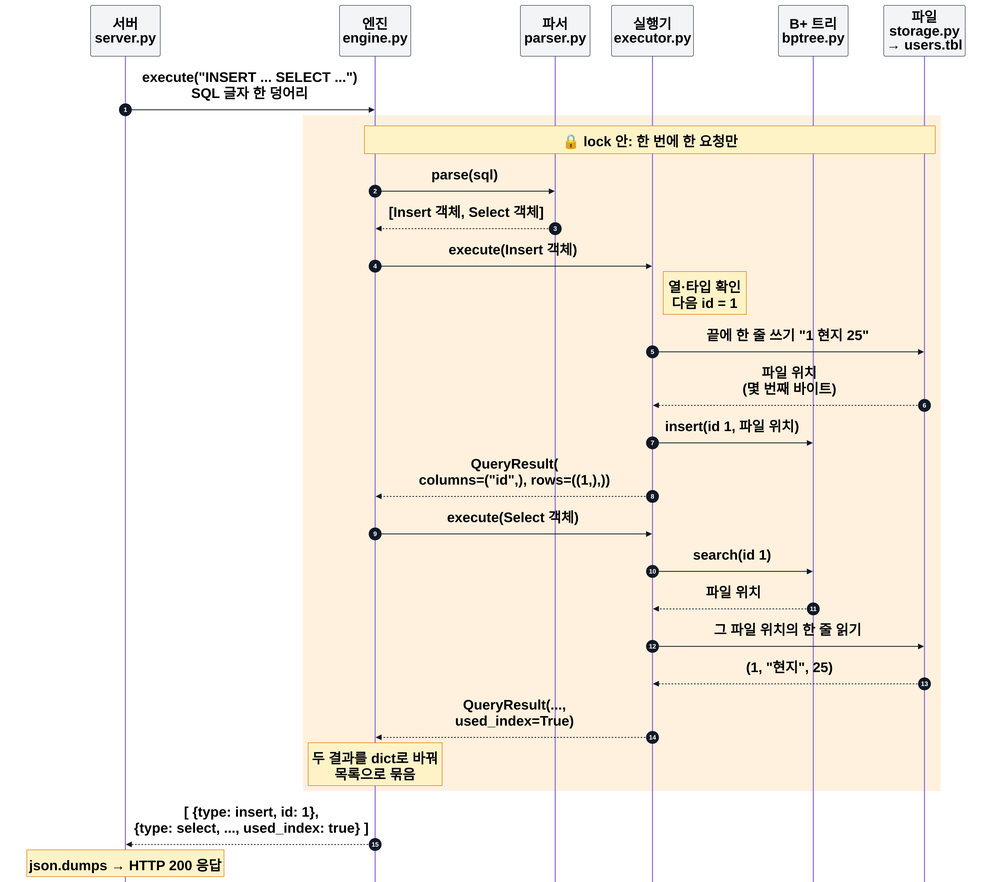
Before: docs/images/request_flow.png, a diagram exported from Mermaid (team1-mini-lab/mini-dbms). Its source is kept beside it as docs/images/request_flow.mmd. The source it was exported from:
```mermaid
---
config:
  theme: default
  fontSize: 26
  themeVariables:
    fontSize: 26px
    signalTextColor: "#000000"
    noteTextColor: "#000000"
    actorTextColor: "#000000"
    signalColor: "#111827"
    noteBkgColor: "#fef3c7"
    noteBorderColor: "#d97706"
    actorBkg: "#f3f4f6"
    actorBorder: "#374151"
  themeCSS: "text, tspan { font-weight: 700 !important; }"
  sequence:
    mirrorActors: false
    actorMargin: 40
    width: 130
    height: 95
    messageMargin: 38
    actorFontSize: 26
    messageFontSize: 24
    noteFontSize: 22
---
sequenceDiagram
    autonumber
    participant S as 서버<br>server.py
    participant E as 엔진<br>engine.py
    participant P as 파서<br>parser.py
    participant X as 실행기<br>executor.py
    participant B as B+ 트리<br>bptree.py
    participant F as 파일<br>storage.py<br>→ users.tbl

    S->>E: execute("INSERT ... SELECT ...")<br>SQL 글자 한 덩어리
    rect rgba(255, 200, 120, 0.25)
    Note over E,F: 🔒 lock 안: 한 번에 한 요청만
    E->>P: parse(sql)
    P-->>E: [Insert 객체, Select 객체]

    E->>X: execute(Insert 객체)
    Note right of X: 열·타입 확인<br>다음 id = 1
    X->>F: 끝에 한 줄 쓰기 "1 현지 25"
    F-->>X: 파일 위치<br>(몇 번째 바이트)
    X->>B: insert(id 1, 파일 위치)
    X-->>E: QueryResult(<br>columns=("id",), rows=((1,),))

    E->>X: execute(Select 객체)
    X->>B: search(id 1)
    B-->>X: 파일 위치
    X->>F: 그 파일 위치의 한 줄 읽기
    F-->>X: (1, "현지", 25)
    X-->>E: QueryResult(...,<br>used_index=True)

    Note over E: 두 결과를 dict로 바꿔<br>목록으로 묶음
    end
    E-->>S: [ {type: insert, id: 1},<br>{type: select, ..., used_index: true} ]
    Note over S: json.dumps → HTTP 200 응답
```
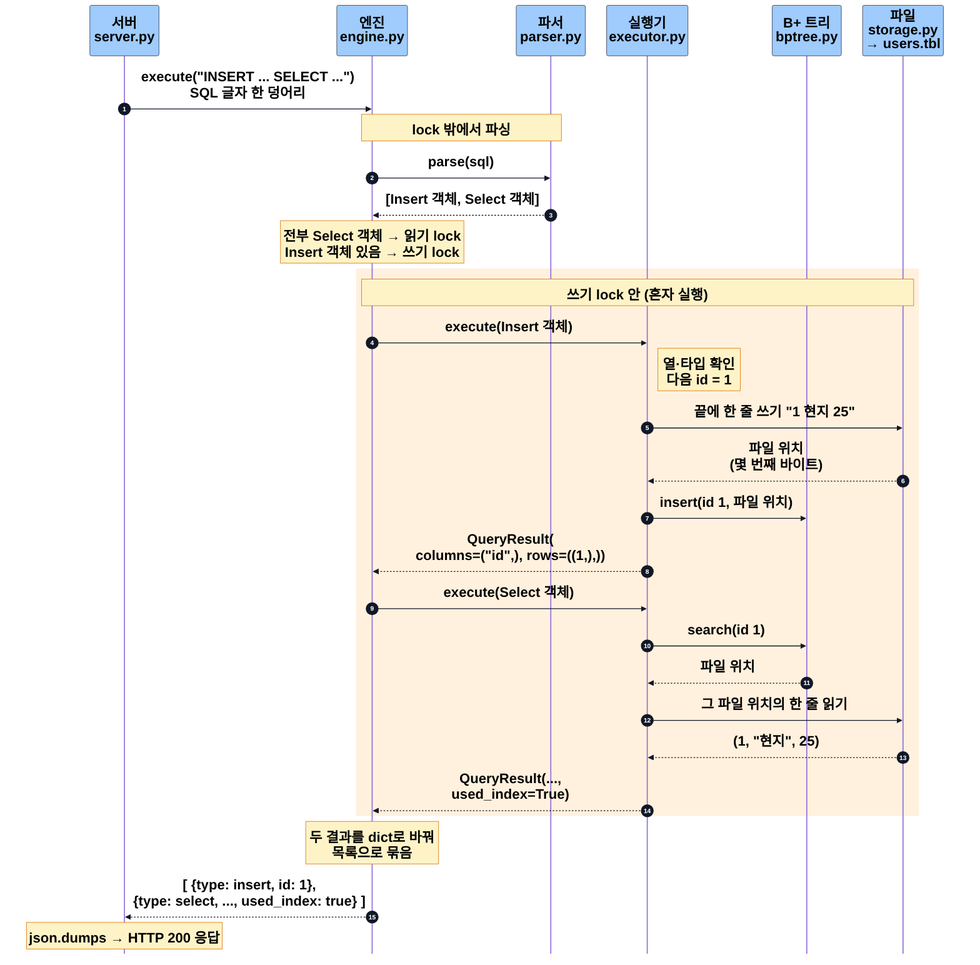
Later version of the same file.

Commit message:
README: 읽기·쓰기 lock 기준으로 정리 (PR #9 반영 전제)

The edit, as a diff of the source:
```diff
@@ -10,7 +10,7 @@
     signalColor: "#111827"
     noteBkgColor: "#fef3c7"
     noteBorderColor: "#d97706"
-    actorBkg: "#f3f4f6"
+    actorBkg: "#9fcbfd"
     actorBorder: "#374151"
   themeCSS: "text, tspan { font-weight: 700 !important; }"
   sequence:
@@ -33,11 +33,12 @@
     participant F as 파일<br>storage.py<br>→ users.tbl
 
     S->>E: execute("INSERT ... SELECT ...")<br>SQL 글자 한 덩어리
-    rect rgba(255, 200, 120, 0.25)
-    Note over E,F: 🔒 lock 안: 한 번에 한 요청만
+    Note over E,P: lock 밖에서 파싱
     E->>P: parse(sql)
     P-->>E: [Insert 객체, Select 객체]
-
+    Note over E: 전부 Select 객체 → 읽기 lock<br>Insert 객체 있음 → 쓰기 lock
+    rect rgba(255, 200, 120, 0.25)
+    Note over E,F: 쓰기 lock 안 (혼자 실행)
     E->>X: execute(Insert 객체)
     Note right of X: 열·타입 확인<br>다음 id = 1
     X->>F: 끝에 한 줄 쓰기 "1 현지 25"
@@ -51,8 +52,7 @@
     X->>F: 그 파일 위치의 한 줄 읽기
     F-->>X: (1, "현지", 25)
     X-->>E: QueryResult(...,<br>used_index=True)
-
+    end
     Note over E: 두 결과를 dict로 바꿔<br>목록으로 묶음
-    end
     E-->>S: [ {type: insert, id: 1},<br>{type: select, ..., used_index: true} ]
     Note over S: json.dumps → HTTP 200 응답
```
